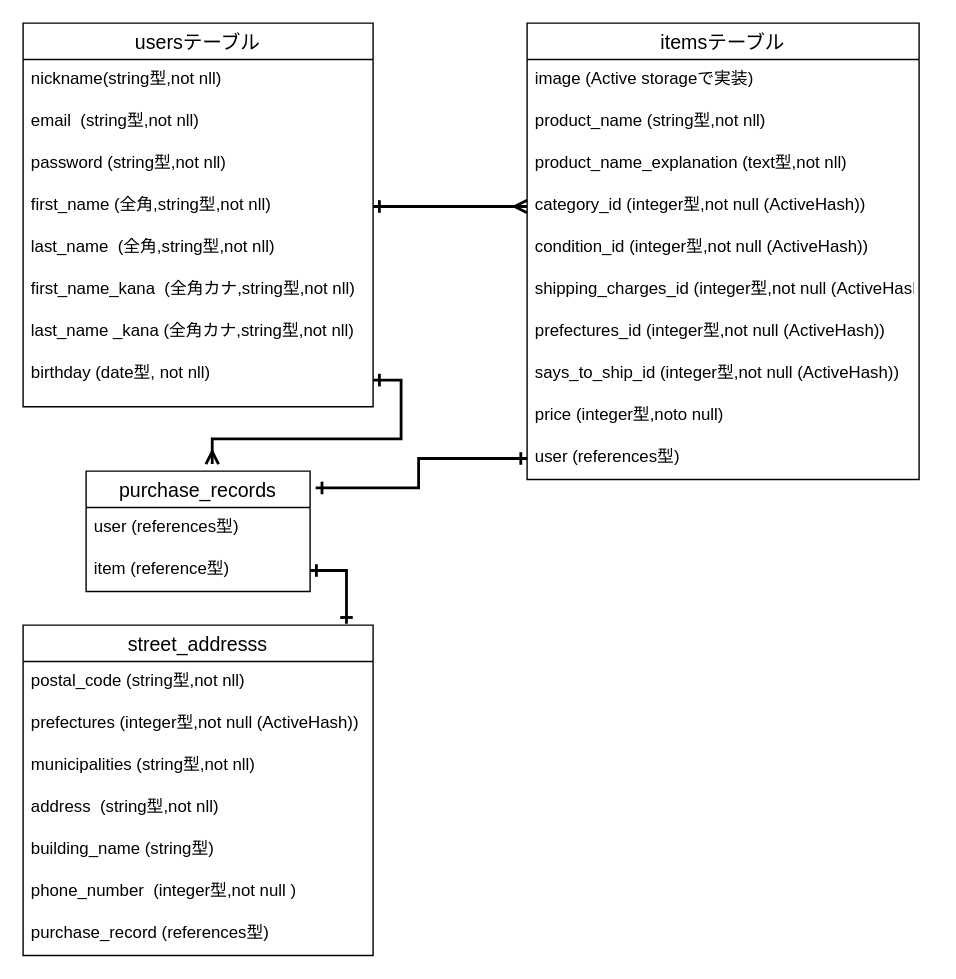
This is er.dio from kumakou1234/furima-30289, a draw.io file, before an edit. Source tidied: cells renumbered, new cells numbered last; positions are measured from the earlier drawing's top-left corner, leaving out a move shared by most shapes. Both pictures are drawn from the tidied source at 140%, with x=0, y=0 at pixel (22, 22).
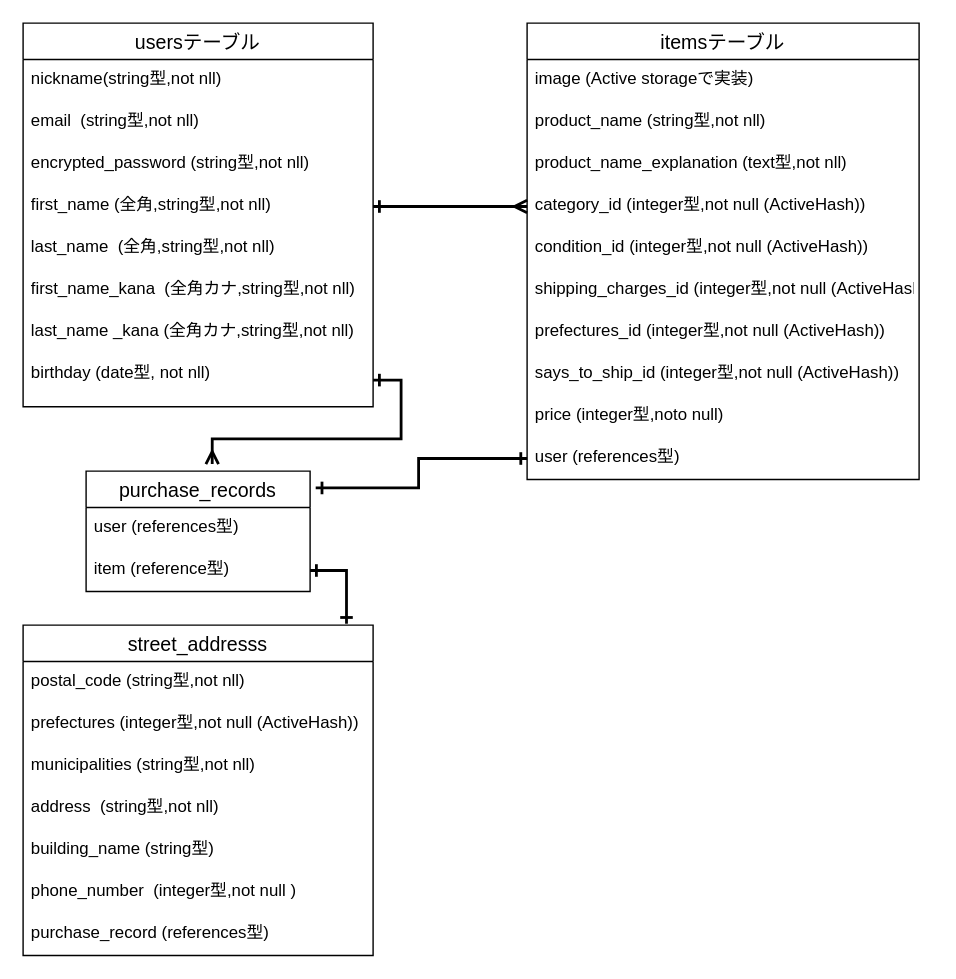
The same page after the edit.

Commit message (it also covers changes not shown here):
データベース設計の修正2

The change refers to these unchanged cells:
```xml
<mxCell id="2" value="usersテーブル" style="swimlane;fontStyle=0;horizontal=1;startSize=26;align=center;fontSize=14;" parent="1" vertex="1">
  <mxGeometry width="250" height="274" as="geometry" />
</mxCell>
```

What changed in the source:
```diff
@@
-    <mxCell id="5" value="password (string型,not nll)" style="text;strokeColor=none;fillColor=none;spacingLeft=4;spacingRight=4;overflow=hidden;fontSize=12;" parent="2" vertex="1">
+    <mxCell id="5" value="encrypted_password (string型,not nll)" style="text;strokeColor=none;fillColor=none;spacingLeft=4;spacingRight=4;overflow=hidden;fontSize=12;" parent="2" vertex="1">
       <mxGeometry y="86" width="250" height="30" as="geometry" />
     </mxCell>
```
